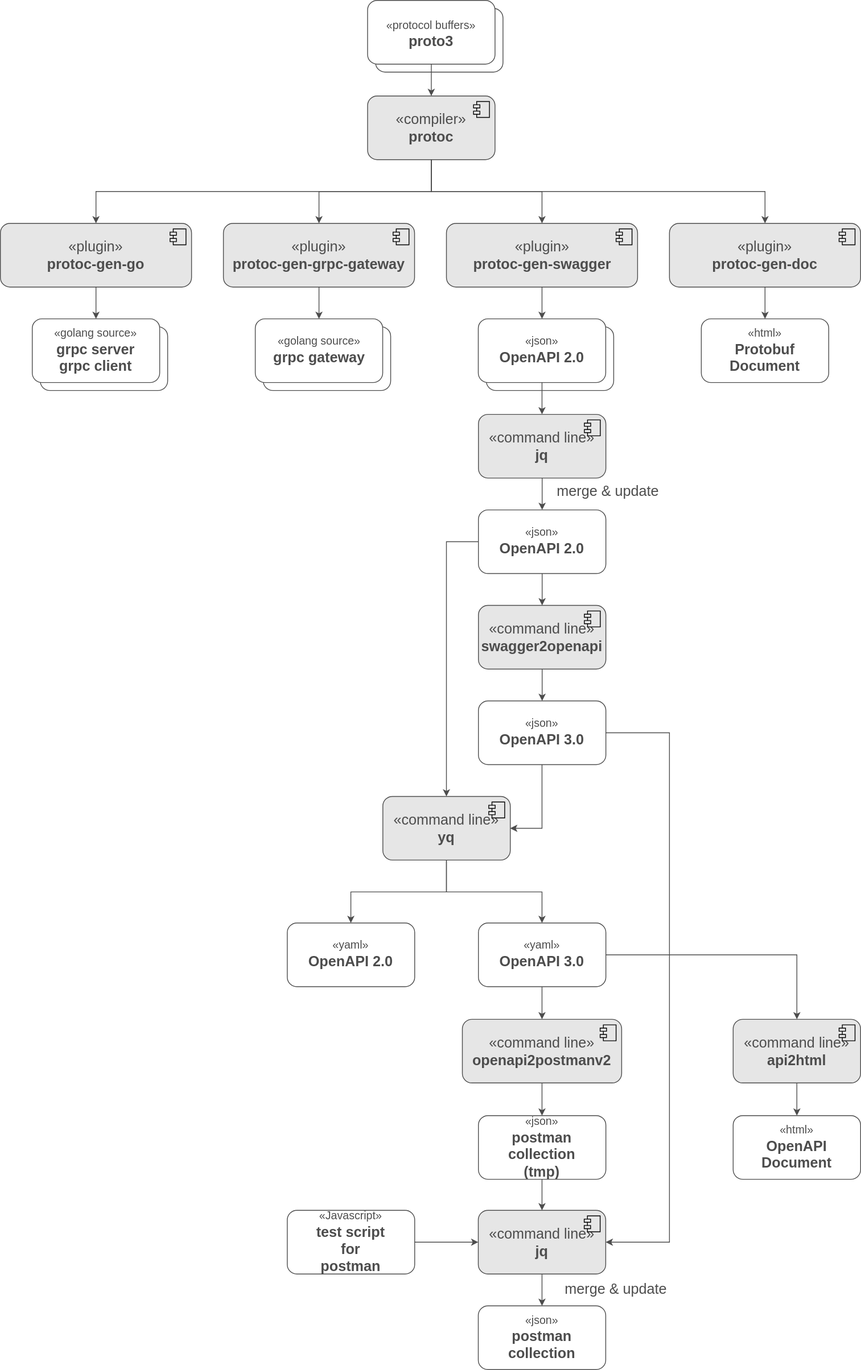
This is doc/build-flow.svg from chainweaver/protobuf, a draw.io export, as it was before one commit. Source tidied: cells renumbered, new cells last; positions are measured from the earlier drawing's top-left corner, leaving out a move shared by most shapes.
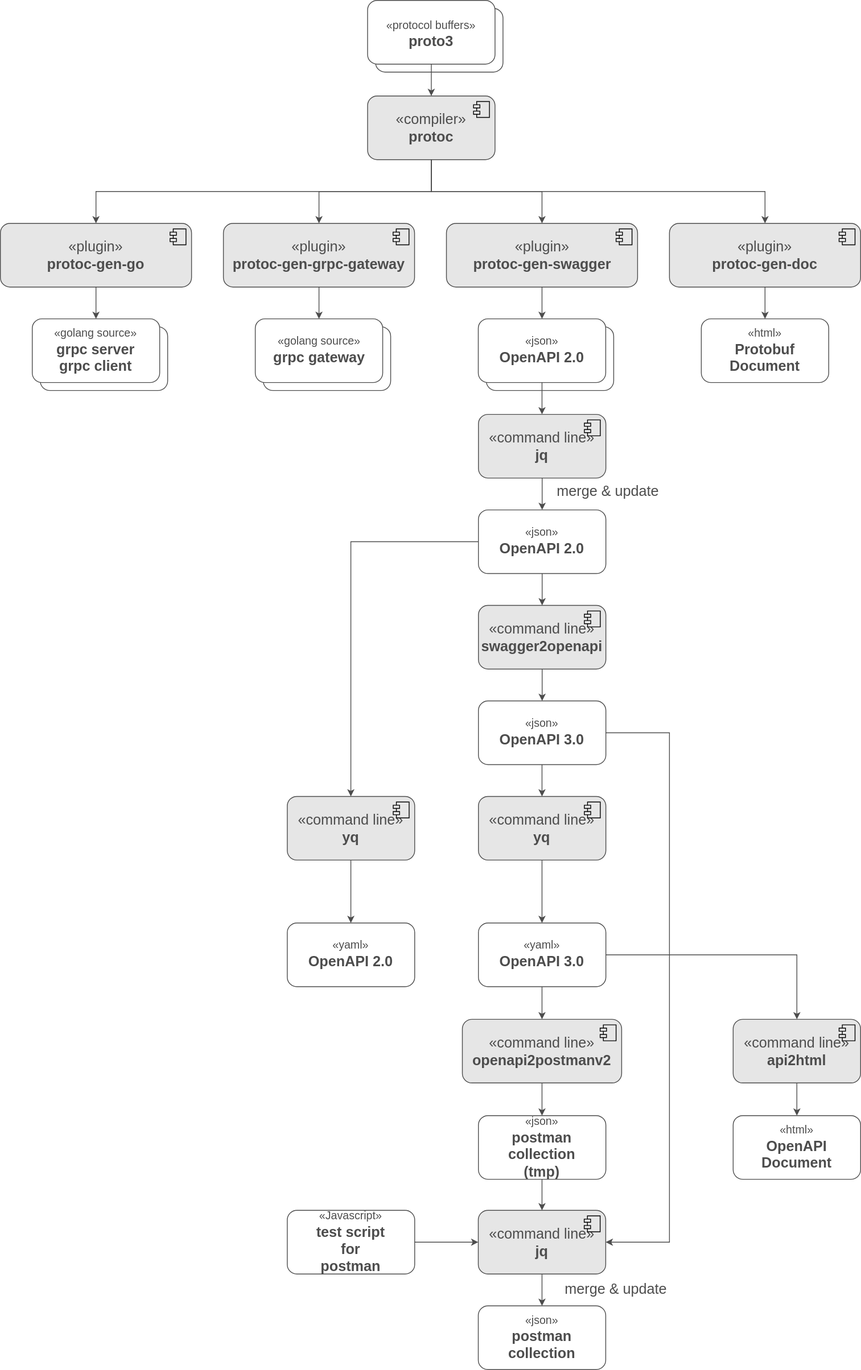
Above is the later version.

Commit message:
Update build flow

The edit, as a diff of the source:
```diff
@@ -113,7 +113,7 @@
     <mxCell id="34" style="edgeStyle=orthogonalEdgeStyle;rounded=0;jettySize=auto;html=1;strokeColor=#4D4D4D;fontSize=18;fontColor=#4D4D4D;" parent="1" edge="1" source="36" target="38">
       <mxGeometry relative="1" as="geometry" />
     </mxCell>
-    <mxCell id="35" style="edgeStyle=orthogonalEdgeStyle;rounded=0;jettySize=auto;html=1;strokeColor=#4D4D4D;fontSize=18;fontColor=#4D4D4D;entryX=0.5;entryY=0;entryDx=0;entryDy=0;exitX=0;exitY=0.5;exitDx=0;exitDy=0;" parent="1" edge="1" source="36" target="44">
+    <mxCell id="35" style="edgeStyle=orthogonalEdgeStyle;rounded=0;jettySize=auto;html=1;strokeColor=#4D4D4D;fontSize=18;fontColor=#4D4D4D;entryX=0.5;entryY=0;entryDx=0;entryDy=0;exitX=0;exitY=0.5;exitDx=0;exitDy=0;" parent="1" edge="1" source="36" target="68">
       <mxGeometry relative="1" as="geometry" />
     </mxCell>
     <mxCell id="36" value="&lt;font style=&quot;font-size: 14px&quot;&gt;«json»&lt;/font&gt;&lt;br&gt;&lt;b&gt;OpenAPI 2.0&lt;br&gt;&lt;/b&gt;" style="html=1;rounded=1;strokeColor=#4D4D4D;fontSize=18;fontColor=#4D4D4D;spacingBottom=6;" parent="1" vertex="1">
@@ -130,7 +130,7 @@
         <mxPoint x="-27" y="7" as="offset" />
       </mxGeometry>
     </mxCell>
-    <mxCell id="40" style="edgeStyle=orthogonalEdgeStyle;rounded=0;jettySize=auto;html=1;strokeColor=#4D4D4D;fontSize=18;fontColor=#4D4D4D;entryX=1;entryY=0.5;entryDx=0;entryDy=0;" parent="1" edge="1" source="42" target="44">
+    <mxCell id="40" style="edgeStyle=orthogonalEdgeStyle;rounded=0;jettySize=auto;html=1;strokeColor=#4D4D4D;fontSize=18;fontColor=#4D4D4D;entryX=0.5;entryY=0;entryDx=0;entryDy=0;" parent="1" edge="1" source="42" target="44">
       <mxGeometry relative="1" as="geometry" />
     </mxCell>
     <mxCell id="41" style="edgeStyle=orthogonalEdgeStyle;rounded=0;jettySize=auto;html=1;strokeColor=#4D4D4D;fontSize=18;fontColor=#4D4D4D;entryX=1;entryY=0.5;entryDx=0;entryDy=0;" parent="1" edge="1" source="42" target="57">
@@ -144,11 +144,11 @@
     <mxCell id="42" value="&lt;font style=&quot;font-size: 14px&quot;&gt;«json»&lt;/font&gt;&lt;br&gt;&lt;b&gt;OpenAPI 3.0&lt;br&gt;&lt;/b&gt;" style="html=1;rounded=1;strokeColor=#4D4D4D;fontSize=18;fontColor=#4D4D4D;spacingBottom=6;" parent="1" vertex="1">
       <mxGeometry x="600.2" y="880" width="160" height="80" as="geometry" />
     </mxCell>
-    <mxCell id="43" style="edgeStyle=orthogonalEdgeStyle;rounded=0;jettySize=auto;html=1;strokeColor=#4D4D4D;fontSize=18;fontColor=#4D4D4D;entryX=0.5;entryY=0;entryDx=0;entryDy=0;" parent="1" edge="1" source="44" target="46">
+    <mxCell id="43" style="edgeStyle=orthogonalEdgeStyle;rounded=0;jettySize=auto;html=1;strokeColor=#4D4D4D;fontSize=18;fontColor=#4D4D4D;entryX=0.5;entryY=0;entryDx=0;entryDy=0;exitX=0.5;exitY=1;exitDx=0;exitDy=0;" parent="1" edge="1" source="68" target="46">
       <mxGeometry relative="1" as="geometry" />
     </mxCell>
     <mxCell id="44" value="«command line»&lt;br&gt;&lt;b&gt;yq&lt;/b&gt;" style="html=1;rounded=1;strokeColor=#4D4D4D;fontSize=18;fontColor=#4D4D4D;fillColor=#E6E6E6;" parent="1" vertex="1">
-      <mxGeometry x="480.2" y="1000" width="160" height="80" as="geometry" />
+      <mxGeometry x="600.2" y="1000" width="160" height="80" as="geometry" />
     </mxCell>
     <mxCell id="45" style="shape=component;jettyWidth=8;jettyHeight=4;fillColor=#E6E6E6;" parent="44" vertex="1">
       <mxGeometry x="1" width="20" height="20" relative="1" as="geometry">
@@ -227,5 +227,13 @@
     <mxCell id="67" value="&lt;font style=&quot;font-size: 14px&quot;&gt;«html»&lt;/font&gt;&lt;br&gt;&lt;b&gt;OpenAPI&lt;br&gt;Document&lt;br&gt;&lt;/b&gt;" style="html=1;rounded=1;strokeColor=#4D4D4D;fontSize=18;fontColor=#4D4D4D;spacingBottom=6;" parent="1" vertex="1">
       <mxGeometry x="920" y="1401" width="160" height="80" as="geometry" />
     </mxCell>
+    <mxCell id="68" value="«command line»&lt;br&gt;&lt;b&gt;yq&lt;/b&gt;" style="html=1;rounded=1;strokeColor=#4D4D4D;fontSize=18;fontColor=#4D4D4D;fillColor=#E6E6E6;" parent="1" vertex="1">
+      <mxGeometry x="360.2" y="1000" width="160" height="80" as="geometry" />
+    </mxCell>
+    <mxCell id="69" style="shape=component;jettyWidth=8;jettyHeight=4;fillColor=#E6E6E6;" parent="68" vertex="1">
+      <mxGeometry x="1" width="20" height="20" relative="1" as="geometry">
+        <mxPoint x="-27" y="7" as="offset" />
+      </mxGeometry>
+    </mxCell>
   </root>
 </mxGraphModel>
```
